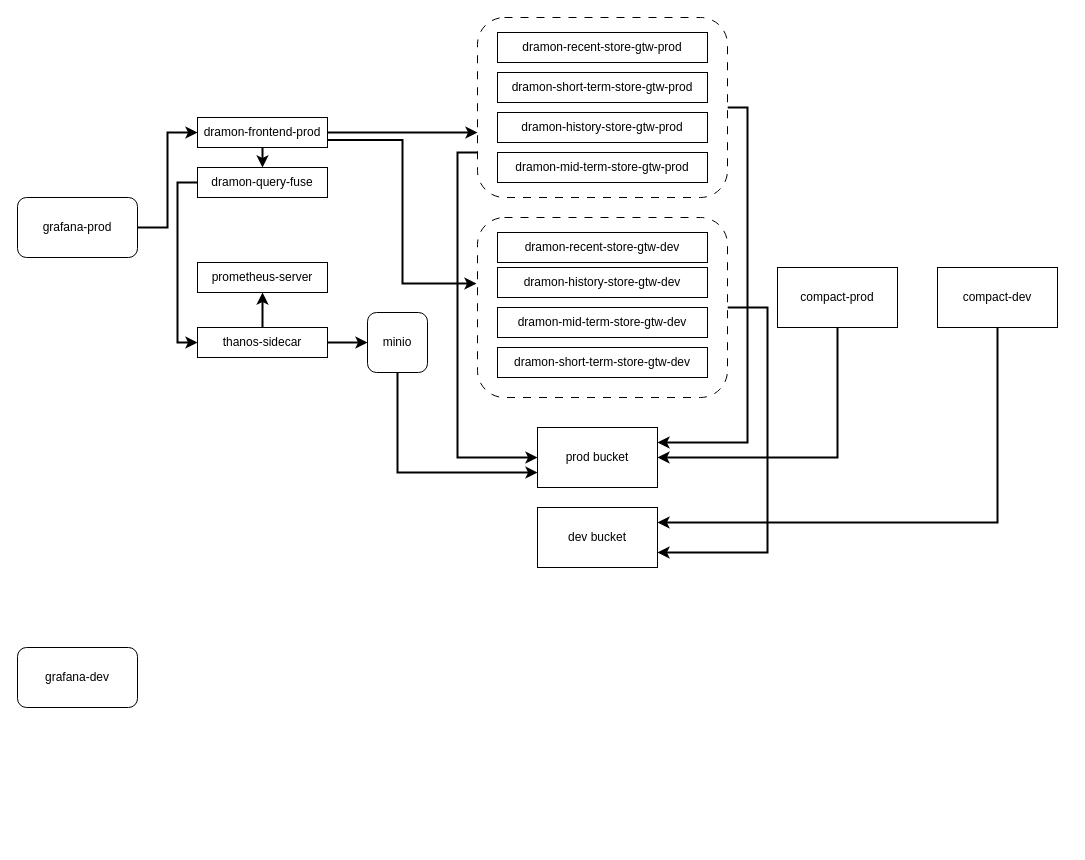
Earlier version of the draw.io diagram thanos.drawio (woodguest/drawio). Source tidied: cells renumbered, new cells numbered last; positions are measured from the earlier drawing's top-left corner, leaving out a move shared by most shapes. Both pictures are drawn from the tidied source at 100%, with x=0, y=0 at pixel (17, 17).
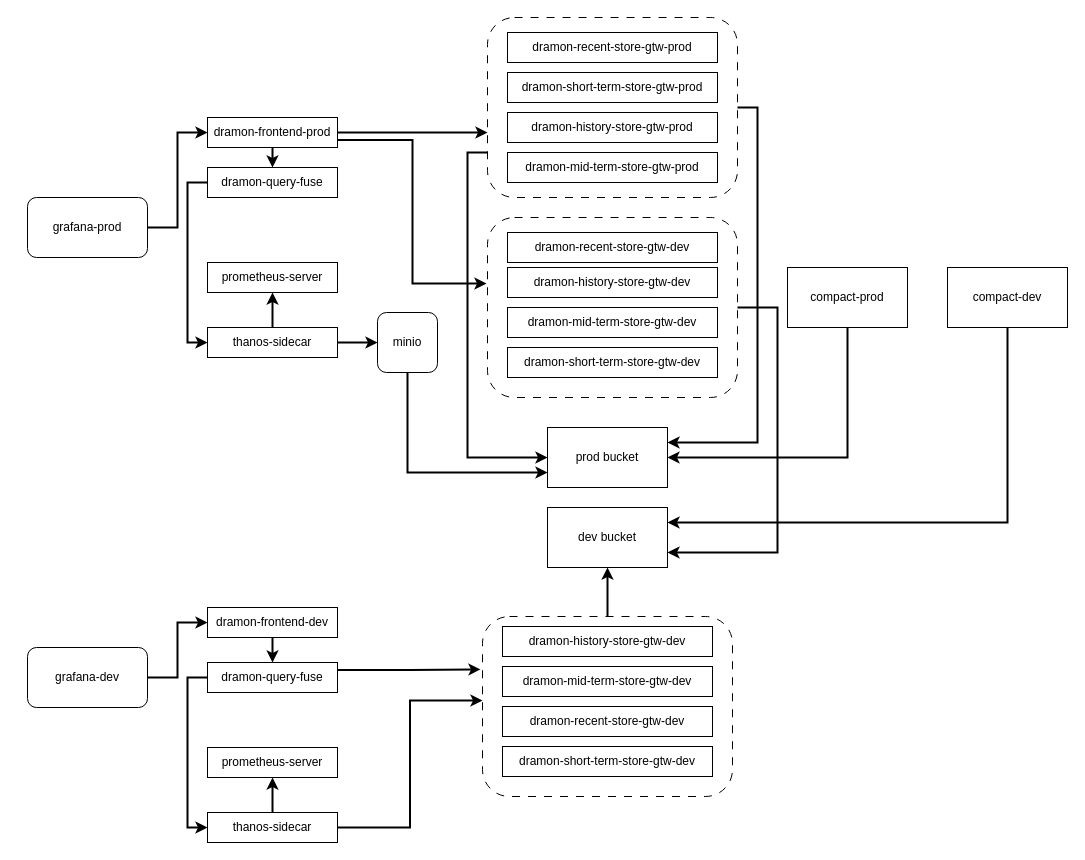
The same page after the edit.

The edit, as a diff of the source:
```diff
@@
-    <mxCell id="2" style="edgeStyle=orthogonalEdgeStyle;rounded=0;jettySize=auto;html=1;exitX=1;exitY=0.5;exitDx=0;exitDy=0;entryX=1;entryY=0.75;entryDx=0;entryDy=0;strokeWidth=2;" parent="1" edge="1" source="3" target="31">
-      <mxGeometry relative="1" as="geometry">
-        <Array as="points">
-          <mxPoint x="750" y="290" />
-          <mxPoint x="750" y="535" />
-        </Array>
-      </mxGeometry>
-    </mxCell>
+    <mxCell id="36" style="group;" parent="1" vertex="1">
+      <mxGeometry x="10" width="1040" height="825" as="geometry" />
+    </mxCell>
+    <mxCell id="37" style="rounded=1;whiteSpace=wrap;html=1;dashed=1;dashPattern=8 8;" parent="36" vertex="1">
+      <mxGeometry x="455" y="599" width="250" height="180" as="geometry" />
+    </mxCell>
-    <mxCell id="3" style="rounded=1;whiteSpace=wrap;html=1;dashed=1;dashPattern=8 8;" parent="1" vertex="1">
+    <mxCell id="3" style="rounded=1;whiteSpace=wrap;html=1;dashed=1;dashPattern=8 8;" parent="36" vertex="1">
       <mxGeometry x="460" y="200" width="250" height="180" as="geometry" />
     </mxCell>
-    <mxCell id="4" style="edgeStyle=orthogonalEdgeStyle;rounded=0;jettySize=auto;html=1;exitX=0;exitY=0.75;exitDx=0;exitDy=0;entryX=0;entryY=0.5;entryDx=0;entryDy=0;strokeWidth=2;" parent="1" edge="1" source="6" target="30">
-      <mxGeometry relative="1" as="geometry" />
-    </mxCell>
-    <mxCell id="5" style="edgeStyle=orthogonalEdgeStyle;rounded=0;jettySize=auto;html=1;exitX=1;exitY=0.5;exitDx=0;exitDy=0;entryX=1;entryY=0.25;entryDx=0;entryDy=0;strokeWidth=2;" parent="1" edge="1" source="6" target="30">
-      <mxGeometry relative="1" as="geometry" />
-    </mxCell>
-    <mxCell id="6" style="rounded=1;whiteSpace=wrap;html=1;dashed=1;dashPattern=8 8;" parent="1" vertex="1">
+    <mxCell id="6" style="rounded=1;whiteSpace=wrap;html=1;dashed=1;dashPattern=8 8;" parent="36" vertex="1">
       <mxGeometry x="460" width="250" height="180" as="geometry" />
     </mxCell>
-    <mxCell id="7" style="edgeStyle=orthogonalEdgeStyle;rounded=0;jettySize=auto;html=1;exitX=1;exitY=0.5;exitDx=0;exitDy=0;entryX=0;entryY=0.5;entryDx=0;entryDy=0;strokeWidth=2;" parent="1" edge="1" source="8" target="23">
-      <mxGeometry relative="1" as="geometry" />
-    </mxCell>
-    <mxCell id="8" value="grafana-prod" style="rounded=1;whiteSpace=wrap;html=1;" parent="1" vertex="1">
+    <mxCell id="8" value="grafana-prod" style="rounded=1;whiteSpace=wrap;html=1;" parent="36" vertex="1">
       <mxGeometry y="180" width="120" height="60" as="geometry" />
     </mxCell>
-    <mxCell id="9" value="grafana-dev" style="rounded=1;whiteSpace=wrap;html=1;" parent="1" vertex="1">
+    <mxCell id="9" value="grafana-dev" style="rounded=1;whiteSpace=wrap;html=1;" parent="36" vertex="1">
       <mxGeometry y="630" width="120" height="60" as="geometry" />
     </mxCell>
-    <mxCell id="10" value="dramon-history-store-gtw-prod" style="rounded=0;whiteSpace=wrap;html=1;" parent="1" vertex="1">
+    <mxCell id="10" value="dramon-history-store-gtw-prod" style="rounded=0;whiteSpace=wrap;html=1;" parent="36" vertex="1">
       <mxGeometry x="480" y="95" width="210" height="30" as="geometry" />
     </mxCell>
-    <mxCell id="11" value="dramon-short-term-store-gtw-prod" style="rounded=0;whiteSpace=wrap;html=1;" parent="1" vertex="1">
+    <mxCell id="11" value="dramon-short-term-store-gtw-prod" style="rounded=0;whiteSpace=wrap;html=1;" parent="36" vertex="1">
       <mxGeometry x="480" y="55" width="210" height="30" as="geometry" />
     </mxCell>
-    <mxCell id="12" value="dramon-recent-store-gtw-prod" style="rounded=0;whiteSpace=wrap;html=1;" parent="1" vertex="1">
+    <mxCell id="12" value="dramon-recent-store-gtw-prod" style="rounded=0;whiteSpace=wrap;html=1;" parent="36" vertex="1">
       <mxGeometry x="480" y="15" width="210" height="30" as="geometry" />
     </mxCell>
-    <mxCell id="13" value="dramon-mid-term-store-gtw-prod" style="rounded=0;whiteSpace=wrap;html=1;" parent="1" vertex="1">
+    <mxCell id="13" value="dramon-mid-term-store-gtw-prod" style="rounded=0;whiteSpace=wrap;html=1;" parent="36" vertex="1">
       <mxGeometry x="480" y="135" width="210" height="30" as="geometry" />
     </mxCell>
-    <mxCell id="14" value="dramon-recent-store-gtw-dev" style="rounded=0;whiteSpace=wrap;html=1;" parent="1" vertex="1">
+    <mxCell id="14" value="dramon-recent-store-gtw-dev" style="rounded=0;whiteSpace=wrap;html=1;" parent="36" vertex="1">
       <mxGeometry x="480" y="215" width="210" height="30" as="geometry" />
     </mxCell>
-    <mxCell id="15" value="dramon-history-store-gtw-dev" style="rounded=0;whiteSpace=wrap;html=1;" parent="1" vertex="1">
+    <mxCell id="15" value="dramon-history-store-gtw-dev" style="rounded=0;whiteSpace=wrap;html=1;" parent="36" vertex="1">
       <mxGeometry x="480" y="250" width="210" height="30" as="geometry" />
     </mxCell>
-    <mxCell id="16" value="dramon-mid-term-store-gtw-dev" style="rounded=0;whiteSpace=wrap;html=1;" parent="1" vertex="1">
+    <mxCell id="16" value="dramon-mid-term-store-gtw-dev" style="rounded=0;whiteSpace=wrap;html=1;" parent="36" vertex="1">
       <mxGeometry x="480" y="290" width="210" height="30" as="geometry" />
     </mxCell>
-    <mxCell id="17" value="dramon-short-term-store-gtw-dev" style="rounded=0;whiteSpace=wrap;html=1;" parent="1" vertex="1">
+    <mxCell id="17" value="dramon-short-term-store-gtw-dev" style="rounded=0;whiteSpace=wrap;html=1;" parent="36" vertex="1">
       <mxGeometry x="480" y="330" width="210" height="30" as="geometry" />
     </mxCell>
-    <mxCell id="18" style="edgeStyle=orthogonalEdgeStyle;rounded=0;jettySize=auto;html=1;exitX=0.5;exitY=1;exitDx=0;exitDy=0;entryX=0;entryY=0.75;entryDx=0;entryDy=0;strokeWidth=2;" parent="1" edge="1" source="19" target="30">
-      <mxGeometry relative="1" as="geometry" />
-    </mxCell>
-    <mxCell id="19" value="minio" style="rounded=1;whiteSpace=wrap;html=1;" parent="1" vertex="1">
+    <mxCell id="19" value="minio" style="rounded=1;whiteSpace=wrap;html=1;" parent="36" vertex="1">
       <mxGeometry x="350" y="295" width="60" height="60" as="geometry" />
     </mxCell>
-    <mxCell id="20" style="edgeStyle=orthogonalEdgeStyle;rounded=0;jettySize=auto;html=1;exitX=1;exitY=0.5;exitDx=0;exitDy=0;entryX=0;entryY=0.639;entryDx=0;entryDy=0;entryPerimeter=0;strokeWidth=2;" parent="1" edge="1" source="23" target="6">
+    <mxCell id="20" style="edgeStyle=orthogonalEdgeStyle;rounded=0;jettySize=auto;html=1;exitX=1;exitY=0.5;exitDx=0;exitDy=0;entryX=0;entryY=0.639;entryDx=0;entryDy=0;entryPerimeter=0;strokeWidth=2;" parent="36" edge="1" source="23" target="6">
       <mxGeometry relative="1" as="geometry" />
     </mxCell>
-    <mxCell id="21" style="edgeStyle=orthogonalEdgeStyle;rounded=0;jettySize=auto;html=1;exitX=1;exitY=0.75;exitDx=0;exitDy=0;entryX=-0.004;entryY=0.367;entryDx=0;entryDy=0;entryPerimeter=0;strokeWidth=2;" parent="1" edge="1" source="23" target="3">
+    <mxCell id="21" style="edgeStyle=orthogonalEdgeStyle;rounded=0;jettySize=auto;html=1;exitX=1;exitY=0.75;exitDx=0;exitDy=0;entryX=-0.004;entryY=0.367;entryDx=0;entryDy=0;entryPerimeter=0;strokeWidth=2;" parent="36" edge="1" source="23" target="3">
       <mxGeometry relative="1" as="geometry" />
     </mxCell>
+    <mxCell id="23" value="dramon-frontend-prod" style="rounded=0;whiteSpace=wrap;html=1;" parent="36" vertex="1">
+      <mxGeometry x="180" y="100" width="130" height="30" as="geometry" />
+    </mxCell>
+    <mxCell id="7" style="edgeStyle=orthogonalEdgeStyle;rounded=0;jettySize=auto;html=1;exitX=1;exitY=0.5;exitDx=0;exitDy=0;entryX=0;entryY=0.5;entryDx=0;entryDy=0;strokeWidth=2;" parent="36" edge="1" source="8" target="23">
+      <mxGeometry relative="1" as="geometry" />
+    </mxCell>
+    <mxCell id="25" value="dramon-query-fuse" style="rounded=0;whiteSpace=wrap;html=1;" parent="36" vertex="1">
+      <mxGeometry x="180" y="150" width="130" height="30" as="geometry" />
+    </mxCell>
-    <mxCell id="22" style="edgeStyle=orthogonalEdgeStyle;rounded=0;jettySize=auto;html=1;exitX=0.5;exitY=1;exitDx=0;exitDy=0;entryX=0.5;entryY=0;entryDx=0;entryDy=0;strokeWidth=2;" parent="1" edge="1" source="23" target="25">
+    <mxCell id="22" style="edgeStyle=orthogonalEdgeStyle;rounded=0;jettySize=auto;html=1;exitX=0.5;exitY=1;exitDx=0;exitDy=0;entryX=0.5;entryY=0;entryDx=0;entryDy=0;strokeWidth=2;" parent="36" edge="1" source="23" target="25">
       <mxGeometry relative="1" as="geometry" />
     </mxCell>
-    <mxCell id="23" value="dramon-frontend-prod" style="rounded=0;whiteSpace=wrap;html=1;" parent="1" vertex="1">
-      <mxGeometry x="180" y="100" width="130" height="30" as="geometry" />
-    </mxCell>
-    <mxCell id="24" style="edgeStyle=orthogonalEdgeStyle;rounded=0;jettySize=auto;html=1;exitX=0;exitY=0.5;exitDx=0;exitDy=0;entryX=0;entryY=0.5;entryDx=0;entryDy=0;strokeWidth=2;" parent="1" edge="1" source="25" target="29">
-      <mxGeometry relative="1" as="geometry" />
-    </mxCell>
-    <mxCell id="25" value="dramon-query-fuse" style="rounded=0;whiteSpace=wrap;html=1;" parent="1" vertex="1">
-      <mxGeometry x="180" y="150" width="130" height="30" as="geometry" />
-    </mxCell>
-    <mxCell id="26" value="&lt;p style=&quot;margin-top: 0pt; margin-bottom: 0pt; margin-left: 0in; direction: ltr; unicode-bidi: embed; word-break: normal;&quot;&gt;prometheus-server&lt;/p&gt;" style="rounded=0;whiteSpace=wrap;html=1;" parent="1" vertex="1">
+    <mxCell id="26" value="&lt;p style=&quot;margin-top: 0pt; margin-bottom: 0pt; margin-left: 0in; direction: ltr; unicode-bidi: embed; word-break: normal;&quot;&gt;prometheus-server&lt;/p&gt;" style="rounded=0;whiteSpace=wrap;html=1;" parent="36" vertex="1">
       <mxGeometry x="180" y="245" width="130" height="30" as="geometry" />
     </mxCell>
-    <mxCell id="27" style="edgeStyle=orthogonalEdgeStyle;rounded=0;jettySize=auto;html=1;exitX=0.5;exitY=0;exitDx=0;exitDy=0;entryX=0.5;entryY=1;entryDx=0;entryDy=0;strokeWidth=2;" parent="1" edge="1" source="29" target="26">
+    <mxCell id="27" style="edgeStyle=orthogonalEdgeStyle;rounded=0;jettySize=auto;html=1;exitX=0.5;exitY=0;exitDx=0;exitDy=0;entryX=0.5;entryY=1;entryDx=0;entryDy=0;strokeWidth=2;" parent="36" edge="1" source="29" target="26">
       <mxGeometry relative="1" as="geometry" />
     </mxCell>
-    <mxCell id="28" style="edgeStyle=orthogonalEdgeStyle;rounded=0;jettySize=auto;html=1;exitX=1;exitY=0.5;exitDx=0;exitDy=0;entryX=0;entryY=0.5;entryDx=0;entryDy=0;strokeWidth=2;" parent="1" edge="1" source="29" target="19">
+    <mxCell id="28" style="edgeStyle=orthogonalEdgeStyle;rounded=0;jettySize=auto;html=1;exitX=1;exitY=0.5;exitDx=0;exitDy=0;entryX=0;entryY=0.5;entryDx=0;entryDy=0;strokeWidth=2;" parent="36" edge="1" source="29" target="19">
       <mxGeometry relative="1" as="geometry" />
     </mxCell>
-    <mxCell id="29" value="&lt;p style=&quot;margin-top: 0pt; margin-bottom: 0pt; margin-left: 0in; direction: ltr; unicode-bidi: embed; word-break: normal;&quot;&gt;thanos-sidecar&lt;/p&gt;" style="rounded=0;whiteSpace=wrap;html=1;" parent="1" vertex="1">
+    <mxCell id="29" value="&lt;p style=&quot;margin-top: 0pt; margin-bottom: 0pt; margin-left: 0in; direction: ltr; unicode-bidi: embed; word-break: normal;&quot;&gt;thanos-sidecar&lt;/p&gt;" style="rounded=0;whiteSpace=wrap;html=1;" parent="36" vertex="1">
       <mxGeometry x="180" y="310" width="130" height="30" as="geometry" />
     </mxCell>
+    <mxCell id="24" style="edgeStyle=orthogonalEdgeStyle;rounded=0;jettySize=auto;html=1;exitX=0;exitY=0.5;exitDx=0;exitDy=0;entryX=0;entryY=0.5;entryDx=0;entryDy=0;strokeWidth=2;" parent="36" edge="1" source="25" target="29">
+      <mxGeometry relative="1" as="geometry" />
+    </mxCell>
-    <mxCell id="30" value="prod&amp;nbsp;bucket" style="rounded=0;whiteSpace=wrap;html=1;" parent="1" vertex="1">
+    <mxCell id="30" value="prod&amp;nbsp;bucket" style="rounded=0;whiteSpace=wrap;html=1;" parent="36" vertex="1">
       <mxGeometry x="520" y="410" width="120" height="60" as="geometry" />
     </mxCell>
+    <mxCell id="4" style="edgeStyle=orthogonalEdgeStyle;rounded=0;jettySize=auto;html=1;exitX=0;exitY=0.75;exitDx=0;exitDy=0;entryX=0;entryY=0.5;entryDx=0;entryDy=0;strokeWidth=2;" parent="36" edge="1" source="6" target="30">
+      <mxGeometry relative="1" as="geometry" />
+    </mxCell>
+    <mxCell id="5" style="edgeStyle=orthogonalEdgeStyle;rounded=0;jettySize=auto;html=1;exitX=1;exitY=0.5;exitDx=0;exitDy=0;entryX=1;entryY=0.25;entryDx=0;entryDy=0;strokeWidth=2;" parent="36" edge="1" source="6" target="30">
+      <mxGeometry relative="1" as="geometry" />
+    </mxCell>
+    <mxCell id="18" style="edgeStyle=orthogonalEdgeStyle;rounded=0;jettySize=auto;html=1;exitX=0.5;exitY=1;exitDx=0;exitDy=0;entryX=0;entryY=0.75;entryDx=0;entryDy=0;strokeWidth=2;" parent="36" edge="1" source="19" target="30">
+      <mxGeometry relative="1" as="geometry" />
+    </mxCell>
-    <mxCell id="31" value="dev bucket" style="rounded=0;whiteSpace=wrap;html=1;" parent="1" vertex="1">
+    <mxCell id="31" value="dev bucket" style="rounded=0;whiteSpace=wrap;html=1;" parent="36" vertex="1">
       <mxGeometry x="520" y="490" width="120" height="60" as="geometry" />
     </mxCell>
+    <mxCell id="38" style="edgeStyle=orthogonalEdgeStyle;rounded=0;jettySize=auto;html=1;exitX=0.5;exitY=0;exitDx=0;exitDy=0;entryX=0.5;entryY=1;entryDx=0;entryDy=0;strokeWidth=2;" parent="36" edge="1" source="37" target="31">
+      <mxGeometry relative="1" as="geometry" />
+    </mxCell>
+    <mxCell id="2" style="edgeStyle=orthogonalEdgeStyle;rounded=0;jettySize=auto;html=1;exitX=1;exitY=0.5;exitDx=0;exitDy=0;entryX=1;entryY=0.75;entryDx=0;entryDy=0;strokeWidth=2;" parent="36" edge="1" source="3" target="31">
+      <mxGeometry relative="1" as="geometry">
+        <Array as="points">
+          <mxPoint x="750" y="290" />
+          <mxPoint x="750" y="535" />
+        </Array>
+      </mxGeometry>
+    </mxCell>
-    <mxCell id="32" style="edgeStyle=orthogonalEdgeStyle;rounded=0;jettySize=auto;html=1;exitX=0.5;exitY=1;exitDx=0;exitDy=0;entryX=1;entryY=0.5;entryDx=0;entryDy=0;strokeWidth=2;" parent="1" edge="1" source="33" target="30">
+    <mxCell id="32" style="edgeStyle=orthogonalEdgeStyle;rounded=0;jettySize=auto;html=1;exitX=0.5;exitY=1;exitDx=0;exitDy=0;entryX=1;entryY=0.5;entryDx=0;entryDy=0;strokeWidth=2;" parent="36" edge="1" source="33" target="30">
       <mxGeometry relative="1" as="geometry" />
     </mxCell>
-    <mxCell id="33" value="&lt;p style=&quot;margin-top: 0pt; margin-bottom: 0pt; margin-left: 0in; direction: ltr; unicode-bidi: embed; word-break: normal;&quot;&gt;compact-prod&lt;/p&gt;" style="rounded=0;whiteSpace=wrap;html=1;" parent="1" vertex="1">
+    <mxCell id="33" value="&lt;p style=&quot;margin-top: 0pt; margin-bottom: 0pt; margin-left: 0in; direction: ltr; unicode-bidi: embed; word-break: normal;&quot;&gt;compact-prod&lt;/p&gt;" style="rounded=0;whiteSpace=wrap;html=1;" parent="36" vertex="1">
       <mxGeometry x="760" y="250" width="120" height="60" as="geometry" />
     </mxCell>
-    <mxCell id="34" style="edgeStyle=orthogonalEdgeStyle;rounded=0;jettySize=auto;html=1;exitX=0.5;exitY=1;exitDx=0;exitDy=0;entryX=1;entryY=0.25;entryDx=0;entryDy=0;strokeWidth=2;" parent="1" edge="1" source="35" target="31">
+    <mxCell id="34" style="edgeStyle=orthogonalEdgeStyle;rounded=0;jettySize=auto;html=1;exitX=0.5;exitY=1;exitDx=0;exitDy=0;entryX=1;entryY=0.25;entryDx=0;entryDy=0;strokeWidth=2;" parent="36" edge="1" source="35" target="31">
       <mxGeometry relative="1" as="geometry" />
     </mxCell>
-    <mxCell id="35" value="&lt;p style=&quot;margin-top: 0pt; margin-bottom: 0pt; margin-left: 0in; direction: ltr; unicode-bidi: embed; word-break: normal;&quot;&gt;compact-dev&lt;/p&gt;" style="rounded=0;whiteSpace=wrap;html=1;" parent="1" vertex="1">
+    <mxCell id="35" value="&lt;p style=&quot;margin-top: 0pt; margin-bottom: 0pt; margin-left: 0in; direction: ltr; unicode-bidi: embed; word-break: normal;&quot;&gt;compact-dev&lt;/p&gt;" style="rounded=0;whiteSpace=wrap;html=1;" parent="36" vertex="1">
       <mxGeometry x="920" y="250" width="120" height="60" as="geometry" />
     </mxCell>
+    <mxCell id="39" value="dramon-frontend-dev" style="rounded=0;whiteSpace=wrap;html=1;" parent="36" vertex="1">
+      <mxGeometry x="180" y="590" width="130" height="30" as="geometry" />
+    </mxCell>
+    <mxCell id="40" style="edgeStyle=orthogonalEdgeStyle;rounded=0;jettySize=auto;html=1;exitX=1;exitY=0.5;exitDx=0;exitDy=0;entryX=0;entryY=0.5;entryDx=0;entryDy=0;strokeWidth=2;" parent="36" edge="1" source="9" target="39">
+      <mxGeometry relative="1" as="geometry" />
+    </mxCell>
+    <mxCell id="41" style="edgeStyle=orthogonalEdgeStyle;rounded=0;jettySize=auto;html=1;exitX=1;exitY=0.25;exitDx=0;exitDy=0;entryX=-0.008;entryY=0.294;entryDx=0;entryDy=0;entryPerimeter=0;strokeWidth=2;" parent="36" edge="1" source="42" target="37">
+      <mxGeometry relative="1" as="geometry" />
+    </mxCell>
+    <mxCell id="42" value="dramon-query-fuse" style="rounded=0;whiteSpace=wrap;html=1;" parent="36" vertex="1">
+      <mxGeometry x="180" y="645" width="130" height="30" as="geometry" />
+    </mxCell>
+    <mxCell id="43" style="edgeStyle=orthogonalEdgeStyle;rounded=0;jettySize=auto;html=1;exitX=0.5;exitY=1;exitDx=0;exitDy=0;entryX=0.5;entryY=0;entryDx=0;entryDy=0;strokeWidth=2;" parent="36" edge="1" source="39" target="42">
+      <mxGeometry relative="1" as="geometry" />
+    </mxCell>
+    <mxCell id="44" value="&lt;p style=&quot;margin-top: 0pt; margin-bottom: 0pt; margin-left: 0in; direction: ltr; unicode-bidi: embed; word-break: normal;&quot;&gt;prometheus-server&lt;/p&gt;" style="rounded=0;whiteSpace=wrap;html=1;" parent="36" vertex="1">
+      <mxGeometry x="180" y="730" width="130" height="30" as="geometry" />
+    </mxCell>
+    <mxCell id="45" style="edgeStyle=orthogonalEdgeStyle;rounded=0;jettySize=auto;html=1;entryX=0.5;entryY=1;entryDx=0;entryDy=0;strokeWidth=2;" parent="36" edge="1" source="47" target="44">
+      <mxGeometry relative="1" as="geometry" />
+    </mxCell>
+    <mxCell id="46" style="edgeStyle=orthogonalEdgeStyle;rounded=0;jettySize=auto;html=1;exitX=1;exitY=0.5;exitDx=0;exitDy=0;entryX=0;entryY=0.467;entryDx=0;entryDy=0;entryPerimeter=0;strokeWidth=2;" parent="36" edge="1" source="47" target="37">
+      <mxGeometry relative="1" as="geometry" />
+    </mxCell>
+    <mxCell id="47" value="&lt;p style=&quot;margin-top: 0pt; margin-bottom: 0pt; margin-left: 0in; direction: ltr; unicode-bidi: embed; word-break: normal;&quot;&gt;thanos-sidecar&lt;/p&gt;" style="rounded=0;whiteSpace=wrap;html=1;" parent="36" vertex="1">
+      <mxGeometry x="180" y="795" width="130" height="30" as="geometry" />
+    </mxCell>
+    <mxCell id="48" style="edgeStyle=orthogonalEdgeStyle;rounded=0;jettySize=auto;html=1;exitX=0;exitY=0.5;exitDx=0;exitDy=0;entryX=0;entryY=0.5;entryDx=0;entryDy=0;strokeWidth=2;" parent="36" edge="1" source="42" target="47">
+      <mxGeometry relative="1" as="geometry" />
+    </mxCell>
+    <mxCell id="49" value="dramon-history-store-gtw-dev" style="rounded=0;whiteSpace=wrap;html=1;" parent="36" vertex="1">
+      <mxGeometry x="475" y="609" width="210" height="30" as="geometry" />
+    </mxCell>
+    <mxCell id="50" value="dramon-mid-term-store-gtw-dev" style="rounded=0;whiteSpace=wrap;html=1;" parent="36" vertex="1">
+      <mxGeometry x="475" y="649" width="210" height="30" as="geometry" />
+    </mxCell>
+    <mxCell id="51" value="dramon-recent-store-gtw-dev" style="rounded=0;whiteSpace=wrap;html=1;" parent="36" vertex="1">
+      <mxGeometry x="475" y="689" width="210" height="30" as="geometry" />
+    </mxCell>
+    <mxCell id="52" value="dramon-short-term-store-gtw-dev" style="rounded=0;whiteSpace=wrap;html=1;" parent="36" vertex="1">
+      <mxGeometry x="475" y="729" width="210" height="30" as="geometry" />
+    </mxCell>
```
